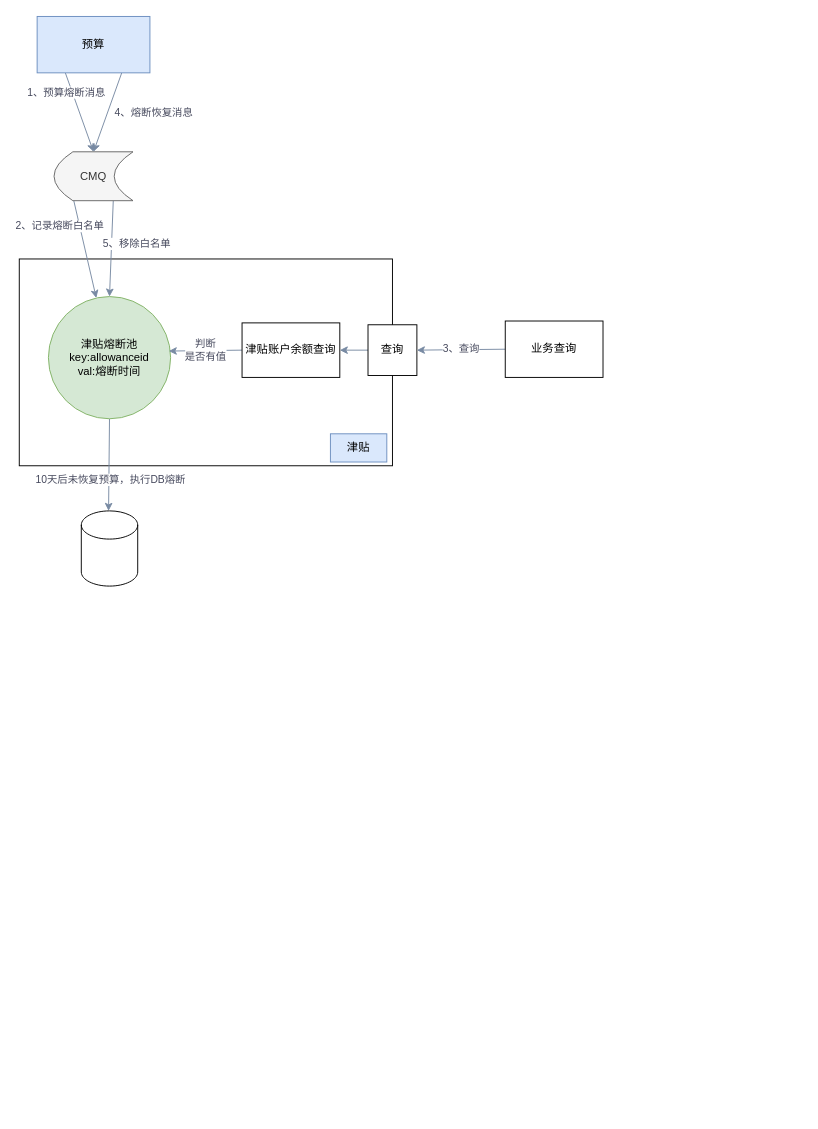
The draw.io diagram page "Page-30" (25 of 27) of Untitled Diagram.drawio in zengcrvip/basedemo, before the edit. Source tidied: cells renumbered, new cells numbered last; positions are measured from the earlier drawing's top-left corner, leaving out a move shared by most shapes. Both pictures are drawn from the tidied source at 94%, with x=0, y=0 at pixel (19, 16).
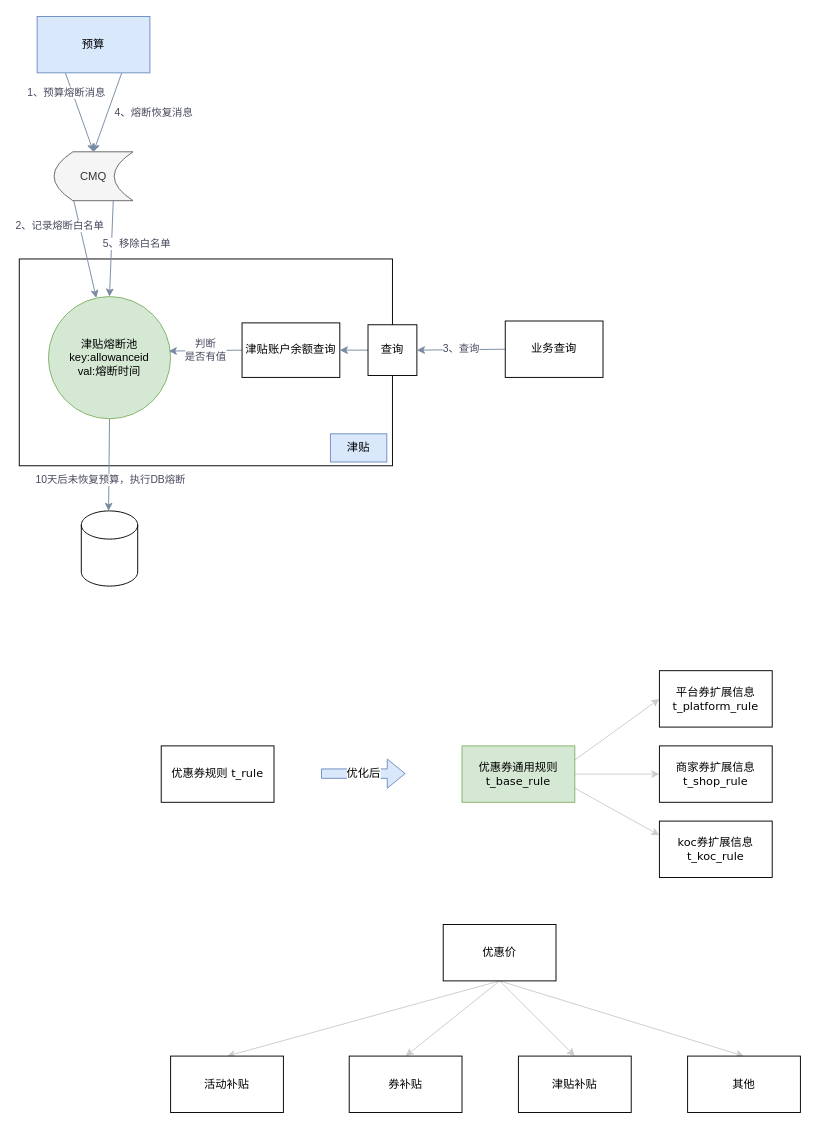
Above is the later version.

Change to the diagram source:
```diff
@@
+    <mxCell id="32" value="优惠券规则 t_rule" style="rounded=0;whiteSpace=wrap;html=1;fontFamily=Verdana;fontSize=12;fontColor=#000000;align=center;" parent="1" vertex="1">
+      <mxGeometry x="151" y="776" width="120" height="60" as="geometry" />
+    </mxCell>
+    <mxCell id="33" style="edgeStyle=none;rounded=1;jettySize=auto;html=1;exitX=1;exitY=0.25;exitDx=0;exitDy=0;entryX=0;entryY=0.5;entryDx=0;entryDy=0;labelBackgroundColor=default;fontFamily=Verdana;fontSize=12;fontColor=#000000;strokeColor=#CCCCCC;" parent="1" edge="1" source="36" target="37">
+      <mxGeometry relative="1" as="geometry" />
+    </mxCell>
+    <mxCell id="34" style="edgeStyle=none;rounded=1;jettySize=auto;html=1;exitX=1;exitY=0.5;exitDx=0;exitDy=0;entryX=0;entryY=0.5;entryDx=0;entryDy=0;labelBackgroundColor=default;fontFamily=Verdana;fontSize=12;fontColor=#000000;strokeColor=#CCCCCC;" parent="1" edge="1" source="36" target="38">
+      <mxGeometry relative="1" as="geometry" />
+    </mxCell>
+    <mxCell id="35" style="edgeStyle=none;rounded=1;jettySize=auto;html=1;exitX=1;exitY=0.75;exitDx=0;exitDy=0;entryX=0;entryY=0.25;entryDx=0;entryDy=0;labelBackgroundColor=default;fontFamily=Verdana;fontSize=12;fontColor=#000000;strokeColor=#CCCCCC;" parent="1" edge="1" source="36" target="39">
+      <mxGeometry relative="1" as="geometry" />
+    </mxCell>
+    <mxCell id="36" value="优惠券通用规则 t_base_rule" style="rounded=0;whiteSpace=wrap;html=1;fontFamily=Verdana;fontSize=12;align=center;fillColor=#d5e8d4;strokeColor=#82b366;" parent="1" vertex="1">
+      <mxGeometry x="471" y="776" width="120" height="60" as="geometry" />
+    </mxCell>
+    <mxCell id="37" value="平台券扩展信息&lt;br&gt;t_&lt;span&gt;platform_rule&lt;br&gt;&lt;/span&gt;" style="rounded=0;whiteSpace=wrap;html=1;fontFamily=Verdana;fontSize=12;fontColor=#000000;align=center;" parent="1" vertex="1">
+      <mxGeometry x="681" y="696" width="120" height="60" as="geometry" />
+    </mxCell>
+    <mxCell id="38" value="商家券扩展信息&lt;br&gt;t_shop&lt;span&gt;_rule&lt;br&gt;&lt;/span&gt;" style="rounded=0;whiteSpace=wrap;html=1;fontFamily=Verdana;fontSize=12;fontColor=#000000;align=center;" parent="1" vertex="1">
+      <mxGeometry x="681" y="776" width="120" height="60" as="geometry" />
+    </mxCell>
+    <mxCell id="39" value="koc券扩展信息&lt;br&gt;t_koc&lt;span&gt;_rule&lt;br&gt;&lt;/span&gt;" style="rounded=0;whiteSpace=wrap;html=1;fontFamily=Verdana;fontSize=12;fontColor=#000000;align=center;" parent="1" vertex="1">
+      <mxGeometry x="681" y="856" width="120" height="60" as="geometry" />
+    </mxCell>
+    <mxCell id="40" value="优化后" style="shape=flexArrow;endArrow=classic;html=1;rounded=1;labelBackgroundColor=default;fontFamily=Verdana;fontSize=12;fontColor=#000000;strokeColor=#6c8ebf;fillColor=#dae8fc;" parent="1" edge="1">
+      <mxGeometry relative="1" as="geometry">
+        <mxPoint x="321" y="805.5" as="sourcePoint" />
+        <mxPoint x="411" y="805.5" as="targetPoint" />
+      </mxGeometry>
+    </mxCell>
+    <mxCell id="41" style="edgeStyle=none;rounded=1;jettySize=auto;html=1;exitX=0.5;exitY=1;exitDx=0;exitDy=0;entryX=0.5;entryY=0;entryDx=0;entryDy=0;labelBackgroundColor=default;fontFamily=Verdana;fontSize=12;fontColor=#000000;strokeColor=#CCCCCC;" parent="1" edge="1" source="45" target="47">
+      <mxGeometry relative="1" as="geometry" />
+    </mxCell>
+    <mxCell id="42" style="edgeStyle=none;rounded=1;jettySize=auto;html=1;exitX=0.5;exitY=1;exitDx=0;exitDy=0;entryX=0.5;entryY=0;entryDx=0;entryDy=0;labelBackgroundColor=default;fontFamily=Verdana;fontSize=12;fontColor=#000000;strokeColor=#CCCCCC;" parent="1" edge="1" source="45" target="48">
+      <mxGeometry relative="1" as="geometry" />
+    </mxCell>
+    <mxCell id="43" style="edgeStyle=none;rounded=1;jettySize=auto;html=1;exitX=0.5;exitY=1;exitDx=0;exitDy=0;entryX=0.5;entryY=0;entryDx=0;entryDy=0;labelBackgroundColor=default;fontFamily=Verdana;fontSize=12;fontColor=#000000;strokeColor=#CCCCCC;" parent="1" edge="1" source="45" target="49">
+      <mxGeometry relative="1" as="geometry" />
+    </mxCell>
+    <mxCell id="44" style="edgeStyle=none;rounded=1;jettySize=auto;html=1;exitX=0.5;exitY=1;exitDx=0;exitDy=0;entryX=0.5;entryY=0;entryDx=0;entryDy=0;labelBackgroundColor=default;fontFamily=Verdana;fontSize=12;fontColor=#000000;strokeColor=#CCCCCC;" parent="1" edge="1" source="45" target="46">
+      <mxGeometry relative="1" as="geometry" />
+    </mxCell>
+    <mxCell id="45" value="优惠价" style="rounded=0;whiteSpace=wrap;html=1;fontFamily=Verdana;fontSize=12;fontColor=#000000;align=center;" parent="1" vertex="1">
+      <mxGeometry x="451" y="966" width="120" height="60" as="geometry" />
+    </mxCell>
+    <mxCell id="46" value="活动补贴" style="rounded=0;whiteSpace=wrap;html=1;fontFamily=Verdana;fontSize=12;fontColor=#000000;align=center;" parent="1" vertex="1">
+      <mxGeometry x="161" y="1106" width="120" height="60" as="geometry" />
+    </mxCell>
+    <mxCell id="47" value="券补贴" style="rounded=0;whiteSpace=wrap;html=1;fontFamily=Verdana;fontSize=12;fontColor=#000000;align=center;" parent="1" vertex="1">
+      <mxGeometry x="351" y="1106" width="120" height="60" as="geometry" />
+    </mxCell>
+    <mxCell id="48" value="津贴补贴" style="rounded=0;whiteSpace=wrap;html=1;fontFamily=Verdana;fontSize=12;fontColor=#000000;align=center;" parent="1" vertex="1">
+      <mxGeometry x="531" y="1106" width="120" height="60" as="geometry" />
+    </mxCell>
+    <mxCell id="49" value="其他" style="rounded=0;whiteSpace=wrap;html=1;fontFamily=Verdana;fontSize=12;fontColor=#000000;align=center;" parent="1" vertex="1">
+      <mxGeometry x="711" y="1106" width="120" height="60" as="geometry" />
+    </mxCell>
```
